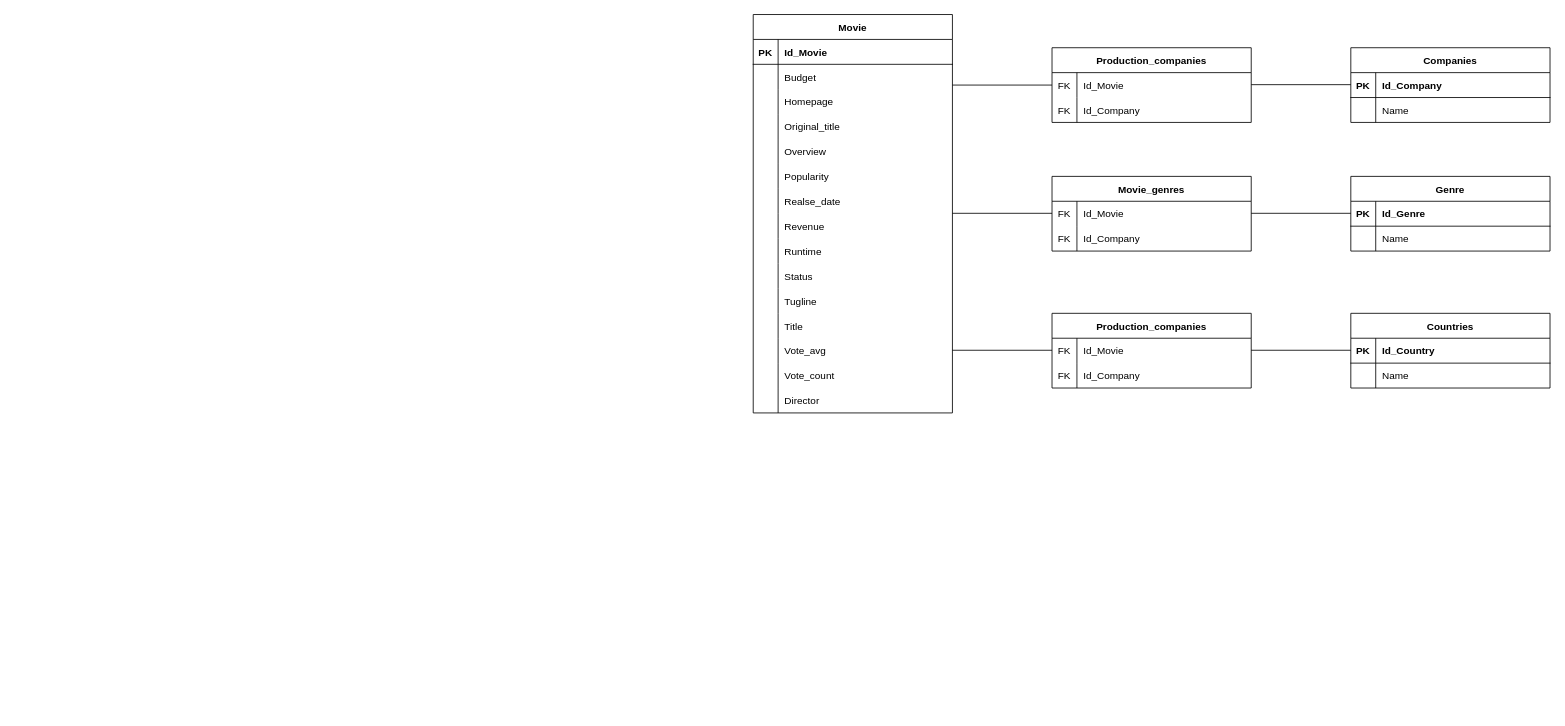
The draw.io diagram Modelo Logico.drawio in rubenjz/Base-de-Datos, before the edit. Source tidied: cells renumbered, new cells numbered last; positions are measured from the earlier drawing's top-left corner, leaving out a move shared by most shapes. Both pictures are drawn from the tidied source at 83%, with x=0, y=0 at pixel (753, 14).
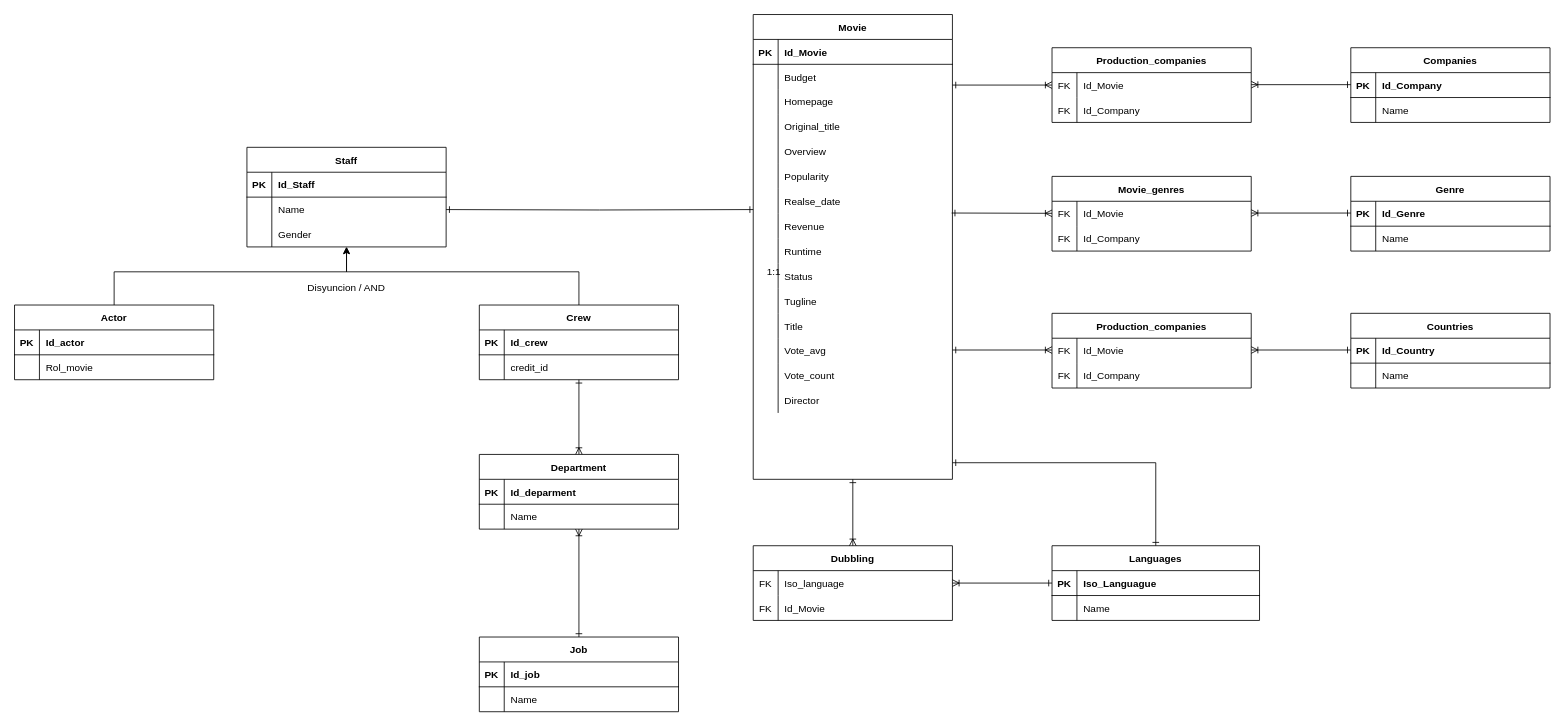
The same page after the edit.

The change refers to these unchanged cells:
```xml
<mxCell id="6" style="shape=partialRectangle;fillColor=none;points=[[0,0.5],[1,0.5]];portConstraint=eastwest;top=0;left=0;right=0;bottom=0;" parent="2" vertex="1">
  <mxGeometry y="60" width="240" height="30" as="geometry" />
</mxCell>
<mxCell id="24" style="shape=partialRectangle;fillColor=none;points=[[0,0.5],[1,0.5]];portConstraint=eastwest;top=0;left=0;right=0;bottom=0;" parent="2" vertex="1">
  <mxGeometry y="240" width="240" height="30" as="geometry" />
</mxCell>
<mxCell id="70" style="shape=partialRectangle;fillColor=none;points=[[0,0.5],[1,0.5]];portConstraint=eastwest;top=0;left=0;right=0;bottom=0;" parent="69" vertex="1">
  <mxGeometry y="30" width="240" height="30" as="geometry" />
</mxCell>
```

What changed in the source:
```diff
@@
     <mxCell id="2" value="Movie" style="shape=table;startSize=30;childLayout=tableLayout;rowLines=0;fontStyle=1;align=center;" parent="1" vertex="1">
-      <mxGeometry width="240" height="480" as="geometry" />
+      <mxGeometry width="240" height="560" as="geometry" />
     </mxCell>
@@
-    <mxCell id="76" style="endArrow=none;html=1;rounded=0;exitX=1;exitY=0.833;exitDx=0;exitDy=0;entryX=0;entryY=0.5;entryDx=0;entryDy=0;exitPerimeter=0;" parent="1" edge="1" source="6" target="70">
+    <mxCell id="76" style="endArrow=ERoneToMany;html=1;rounded=0;exitX=1;exitY=0.833;exitDx=0;exitDy=0;entryX=0;entryY=0.5;entryDx=0;entryDy=0;exitPerimeter=0;startArrow=ERone;startFill=0;endFill=0;" parent="1" edge="1" source="6" target="70">
       <mxGeometry relative="1" as="geometry" />
     </mxCell>
-    <mxCell id="77" style="endArrow=none;html=1;rounded=0;exitX=1;exitY=0.833;exitDx=0;exitDy=0;entryX=0;entryY=0.5;entryDx=0;entryDy=0;exitPerimeter=0;" parent="1" edge="1">
+    <mxCell id="77" style="endArrow=ERone;html=1;rounded=0;exitX=1;exitY=0.833;exitDx=0;exitDy=0;entryX=0;entryY=0.5;entryDx=0;entryDy=0;exitPerimeter=0;startArrow=ERoneToMany;startFill=0;endFill=0;" parent="1" edge="1">
       <mxGeometry relative="1" as="geometry">
         <mxPoint x="600" y="84.5" as="sourcePoint" />
         <mxPoint x="720" y="84.5" as="targetPoint" />
       </mxGeometry>
     </mxCell>
-    <mxCell id="78" style="endArrow=none;html=1;rounded=0;exitX=1;exitY=0.833;exitDx=0;exitDy=0;entryX=0;entryY=0.5;entryDx=0;entryDy=0;exitPerimeter=0;" parent="1" edge="1">
-      <mxGeometry relative="1" as="geometry">
-        <mxPoint x="240" y="404.5" as="sourcePoint" />
-        <mxPoint x="360" y="404.5" as="targetPoint" />
-      </mxGeometry>
-    </mxCell>
-    <mxCell id="79" style="endArrow=none;html=1;rounded=0;exitX=1;exitY=0.833;exitDx=0;exitDy=0;entryX=0;entryY=0.5;entryDx=0;entryDy=0;exitPerimeter=0;" parent="1" edge="1">
-      <mxGeometry relative="1" as="geometry">
-        <mxPoint x="600" y="239.5" as="sourcePoint" />
-        <mxPoint x="720" y="239.5" as="targetPoint" />
-      </mxGeometry>
-    </mxCell>
-    <mxCell id="80" style="endArrow=none;html=1;rounded=0;exitX=1;exitY=0.833;exitDx=0;exitDy=0;entryX=0;entryY=0.5;entryDx=0;entryDy=0;exitPerimeter=0;" parent="1" edge="1">
-      <mxGeometry relative="1" as="geometry">
-        <mxPoint x="600" y="404.5" as="sourcePoint" />
-        <mxPoint x="720" y="404.5" as="targetPoint" />
-      </mxGeometry>
-    </mxCell>
-    <mxCell id="81" style="endArrow=none;html=1;rounded=0;exitX=1;exitY=0.833;exitDx=0;exitDy=0;entryX=0;entryY=0.5;entryDx=0;entryDy=0;exitPerimeter=0;" parent="1" edge="1">
-      <mxGeometry relative="1" as="geometry">
-        <mxPoint x="240" y="239.5" as="sourcePoint" />
-        <mxPoint x="360" y="239.5" as="targetPoint" />
-      </mxGeometry>
-    </mxCell>
@@
+    <mxCell id="96" value="Dubbling" style="shape=table;startSize=30;childLayout=tableLayout;rowLines=0;fontStyle=1;align=center;" parent="1" vertex="1">
+      <mxGeometry y="640" width="240" height="90" as="geometry" />
+    </mxCell>
+    <mxCell id="97" style="shape=partialRectangle;fillColor=none;top=0;left=0;right=0;bottom=0;" parent="96" vertex="1">
+      <mxGeometry y="30" width="240" height="30" as="geometry" />
+    </mxCell>
+    <mxCell id="98" value="FK" style="shape=partialRectangle;overflow=hidden;fillColor=none;top=0;left=0;bottom=0;right=0;" parent="97" vertex="1">
+      <mxGeometry width="30" height="30" as="geometry" />
+    </mxCell>
+    <mxCell id="99" value="Iso_language" style="shape=partialRectangle;overflow=hidden;fillColor=none;top=0;left=0;bottom=0;right=0;align=left;spacingLeft=6;" parent="97" vertex="1">
+      <mxGeometry x="30" width="210" height="30" as="geometry" />
+    </mxCell>
+    <mxCell id="100" style="shape=partialRectangle;fillColor=none;top=0;left=0;right=0;bottom=0;" parent="96" vertex="1">
+      <mxGeometry y="60" width="240" height="30" as="geometry" />
+    </mxCell>
+    <mxCell id="101" value="FK" style="shape=partialRectangle;overflow=hidden;fillColor=none;top=0;left=0;bottom=0;right=0;" parent="100" vertex="1">
+      <mxGeometry width="30" height="30" as="geometry" />
+    </mxCell>
+    <mxCell id="102" value="Id_Movie" style="shape=partialRectangle;overflow=hidden;fillColor=none;top=0;left=0;bottom=0;right=0;align=left;spacingLeft=6;" parent="100" vertex="1">
+      <mxGeometry x="30" width="210" height="30" as="geometry" />
+    </mxCell>
+    <mxCell id="103" value="Languages" style="shape=table;startSize=30;childLayout=tableLayout;rowLines=0;fontStyle=1;align=center;" parent="1" vertex="1">
+      <mxGeometry x="360" y="640" width="250" height="90" as="geometry" />
+    </mxCell>
+    <mxCell id="104" style="shape=partialRectangle;fillColor=none;top=0;left=0;right=0;bottom=1;" parent="103" vertex="1">
+      <mxGeometry y="30" width="250" height="30" as="geometry" />
+    </mxCell>
+    <mxCell id="105" value="PK" style="shape=partialRectangle;overflow=hidden;fillColor=none;top=0;left=0;bottom=0;right=0;fontStyle=1;" parent="104" vertex="1">
+      <mxGeometry width="30" height="30" as="geometry" />
+    </mxCell>
+    <mxCell id="106" value="Iso_Languague" style="shape=partialRectangle;overflow=hidden;fillColor=none;top=0;left=0;bottom=0;right=0;align=left;spacingLeft=6;fontStyle=1;" parent="104" vertex="1">
+      <mxGeometry x="30" width="220" height="30" as="geometry" />
+    </mxCell>
+    <mxCell id="107" style="shape=partialRectangle;fillColor=none;top=0;left=0;right=0;bottom=0;" parent="103" vertex="1">
+      <mxGeometry y="60" width="250" height="30" as="geometry" />
+    </mxCell>
+    <mxCell id="108" style="shape=partialRectangle;overflow=hidden;fillColor=none;top=0;left=0;bottom=0;right=0;" parent="107" vertex="1">
+      <mxGeometry width="30" height="30" as="geometry" />
+    </mxCell>
+    <mxCell id="109" value="Name" style="shape=partialRectangle;overflow=hidden;fillColor=none;top=0;left=0;bottom=0;right=0;align=left;spacingLeft=6;" parent="107" vertex="1">
+      <mxGeometry x="30" width="220" height="30" as="geometry" />
+    </mxCell>
+    <mxCell id="110" style="endArrow=ERone;html=1;rounded=0;startArrow=ERone;startFill=0;endFill=0;" parent="1" edge="1" target="103">
+      <mxGeometry relative="1" as="geometry">
+        <mxPoint x="240" y="540" as="sourcePoint" />
+        <Array as="points">
+          <mxPoint x="485" y="540" />
+        </Array>
+      </mxGeometry>
+    </mxCell>
+    <mxCell id="111" style="endArrow=ERoneToMany;html=1;rounded=0;startArrow=ERone;startFill=0;endFill=0;" parent="1" edge="1" source="2" target="96">
+      <mxGeometry relative="1" as="geometry" />
+    </mxCell>
+    <mxCell id="112" style="endArrow=ERoneToMany;html=1;rounded=0;startArrow=ERone;startFill=0;endFill=0;" parent="1" edge="1" source="103" target="96">
+      <mxGeometry relative="1" as="geometry" />
+    </mxCell>
+    <mxCell id="113" style="endArrow=ERoneToMany;html=1;rounded=0;entryX=0;entryY=0.5;entryDx=0;entryDy=0;startArrow=ERone;startFill=0;endFill=0;exitX=0.996;exitY=-0.028;exitDx=0;exitDy=0;exitPerimeter=0;" parent="1" edge="1" source="24">
+      <mxGeometry relative="1" as="geometry">
+        <mxPoint x="360" y="239.5" as="targetPoint" />
+      </mxGeometry>
+    </mxCell>
+    <mxCell id="114" style="endArrow=ERoneToMany;html=1;rounded=0;exitX=1;exitY=0.833;exitDx=0;exitDy=0;entryX=0;entryY=0.5;entryDx=0;entryDy=0;exitPerimeter=0;startArrow=ERone;startFill=0;endFill=0;" parent="1" edge="1">
+      <mxGeometry relative="1" as="geometry">
+        <mxPoint x="240" y="404.2" as="sourcePoint" />
+        <mxPoint x="360" y="404.2" as="targetPoint" />
+      </mxGeometry>
+    </mxCell>
+    <mxCell id="115" style="endArrow=ERone;html=1;rounded=0;exitX=1;exitY=0.833;exitDx=0;exitDy=0;entryX=0;entryY=0.5;entryDx=0;entryDy=0;exitPerimeter=0;startArrow=ERoneToMany;startFill=0;endFill=0;" parent="1" edge="1">
+      <mxGeometry relative="1" as="geometry">
+        <mxPoint x="600" y="239.2" as="sourcePoint" />
+        <mxPoint x="720" y="239.2" as="targetPoint" />
+      </mxGeometry>
+    </mxCell>
+    <mxCell id="116" style="endArrow=ERone;html=1;rounded=0;exitX=1;exitY=0.833;exitDx=0;exitDy=0;entryX=0;entryY=0.5;entryDx=0;entryDy=0;exitPerimeter=0;startArrow=ERoneToMany;startFill=0;endFill=0;" parent="1" edge="1">
+      <mxGeometry relative="1" as="geometry">
+        <mxPoint x="600" y="404.2" as="sourcePoint" />
+        <mxPoint x="720" y="404.2" as="targetPoint" />
+      </mxGeometry>
+    </mxCell>
+    <mxCell id="117" value="Staff" style="shape=table;startSize=30;childLayout=tableLayout;rowLines=0;fontStyle=1;align=center;" parent="1" vertex="1">
+      <mxGeometry x="-610" y="160" width="240" height="120" as="geometry" />
+    </mxCell>
+    <mxCell id="118" style="shape=partialRectangle;fillColor=none;top=0;left=0;right=0;bottom=1;" parent="117" vertex="1">
+      <mxGeometry y="30" width="240" height="30" as="geometry" />
+    </mxCell>
+    <mxCell id="119" value="PK" style="shape=partialRectangle;overflow=hidden;fillColor=none;top=0;left=0;bottom=0;right=0;fontStyle=1;" parent="118" vertex="1">
+      <mxGeometry width="30" height="30" as="geometry" />
+    </mxCell>
+    <mxCell id="120" value="Id_Staff" style="shape=partialRectangle;overflow=hidden;fillColor=none;top=0;left=0;bottom=0;right=0;align=left;spacingLeft=6;fontStyle=1;" parent="118" vertex="1">
+      <mxGeometry x="30" width="210" height="30" as="geometry" />
+    </mxCell>
+    <mxCell id="121" style="shape=partialRectangle;fillColor=none;points=[[0,0.5],[1,0.5]];portConstraint=eastwest;top=0;left=0;right=0;bottom=0;" parent="117" vertex="1">
+      <mxGeometry y="60" width="240" height="30" as="geometry" />
+    </mxCell>
+    <mxCell id="122" style="shape=partialRectangle;overflow=hidden;fillColor=none;top=0;left=0;bottom=0;right=0;" parent="121" vertex="1">
+      <mxGeometry width="30" height="30" as="geometry" />
+    </mxCell>
+    <mxCell id="123" value="Name" style="shape=partialRectangle;overflow=hidden;fillColor=none;top=0;left=0;bottom=0;right=0;align=left;spacingLeft=6;" parent="121" vertex="1">
+      <mxGeometry x="30" width="210" height="30" as="geometry" />
+    </mxCell>
+    <mxCell id="124" style="shape=partialRectangle;fillColor=none;top=0;left=0;right=0;bottom=0;" parent="117" vertex="1">
+      <mxGeometry y="90" width="240" height="30" as="geometry" />
+    </mxCell>
+    <mxCell id="125" style="shape=partialRectangle;overflow=hidden;fillColor=none;top=0;left=0;bottom=0;right=0;" parent="124" vertex="1">
+      <mxGeometry width="30" height="30" as="geometry" />
+    </mxCell>
+    <mxCell id="126" value="Gender" style="shape=partialRectangle;overflow=hidden;fillColor=none;top=0;left=0;bottom=0;right=0;align=left;spacingLeft=6;" parent="124" vertex="1">
+      <mxGeometry x="30" width="210" height="30" as="geometry" />
+    </mxCell>
+    <mxCell id="127" style="edgeStyle=orthogonalEdgeStyle;rounded=0;jettySize=auto;html=1;endArrow=ERone;endFill=0;startArrow=ERone;startFill=0;" parent="1" edge="1" target="121">
+      <mxGeometry relative="1" as="geometry">
+        <mxPoint y="235" as="sourcePoint" />
+      </mxGeometry>
+    </mxCell>
+    <mxCell id="128" value="Actor" style="shape=table;startSize=30;childLayout=tableLayout;rowLines=0;fontStyle=1;align=center;" parent="1" vertex="1">
+      <mxGeometry x="-890" y="350" width="240" height="90" as="geometry" />
+    </mxCell>
+    <mxCell id="129" style="shape=partialRectangle;fillColor=none;top=0;left=0;right=0;bottom=1;" parent="128" vertex="1">
+      <mxGeometry y="30" width="240" height="30" as="geometry" />
+    </mxCell>
+    <mxCell id="130" value="PK" style="shape=partialRectangle;overflow=hidden;fillColor=none;top=0;left=0;bottom=0;right=0;fontStyle=1;" parent="129" vertex="1">
+      <mxGeometry width="30" height="30" as="geometry" />
+    </mxCell>
+    <mxCell id="131" value="Id_actor" style="shape=partialRectangle;overflow=hidden;fillColor=none;top=0;left=0;bottom=0;right=0;align=left;spacingLeft=6;fontStyle=1;" parent="129" vertex="1">
+      <mxGeometry x="30" width="210" height="30" as="geometry" />
+    </mxCell>
+    <mxCell id="132" style="shape=partialRectangle;fillColor=none;top=0;left=0;right=0;bottom=0;" parent="128" vertex="1">
+      <mxGeometry y="60" width="240" height="30" as="geometry" />
+    </mxCell>
+    <mxCell id="133" style="shape=partialRectangle;overflow=hidden;fillColor=none;top=0;left=0;bottom=0;right=0;" parent="132" vertex="1">
+      <mxGeometry width="30" height="30" as="geometry" />
+    </mxCell>
+    <mxCell id="134" value="Rol_movie" style="shape=partialRectangle;overflow=hidden;fillColor=none;top=0;left=0;bottom=0;right=0;align=left;spacingLeft=6;" parent="132" vertex="1">
+      <mxGeometry x="30" width="210" height="30" as="geometry" />
+    </mxCell>
+    <mxCell id="135" style="edgeStyle=orthogonalEdgeStyle;rounded=0;jettySize=auto;html=1;" parent="1" edge="1" source="137" target="117">
+      <mxGeometry relative="1" as="geometry">
+        <Array as="points">
+          <mxPoint x="-210" y="310" />
+          <mxPoint x="-490" y="310" />
+        </Array>
+      </mxGeometry>
+    </mxCell>
+    <mxCell id="136" style="edgeStyle=orthogonalEdgeStyle;rounded=0;jettySize=auto;html=1;startArrow=ERone;startFill=0;endArrow=ERoneToMany;endFill=0;" parent="1" edge="1" source="137" target="146">
+      <mxGeometry relative="1" as="geometry" />
+    </mxCell>
+    <mxCell id="137" value="Crew" style="shape=table;startSize=30;childLayout=tableLayout;rowLines=0;fontStyle=1;align=center;" parent="1" vertex="1">
+      <mxGeometry x="-330" y="350" width="240" height="90" as="geometry" />
+    </mxCell>
+    <mxCell id="138" style="shape=partialRectangle;fillColor=none;top=0;left=0;right=0;bottom=1;" parent="137" vertex="1">
+      <mxGeometry y="30" width="240" height="30" as="geometry" />
+    </mxCell>
+    <mxCell id="139" value="PK" style="shape=partialRectangle;overflow=hidden;fillColor=none;top=0;left=0;bottom=0;right=0;fontStyle=1;" parent="138" vertex="1">
+      <mxGeometry width="30" height="30" as="geometry" />
+    </mxCell>
+    <mxCell id="140" value="Id_crew" style="shape=partialRectangle;overflow=hidden;fillColor=none;top=0;left=0;bottom=0;right=0;align=left;spacingLeft=6;fontStyle=1;" parent="138" vertex="1">
+      <mxGeometry x="30" width="210" height="30" as="geometry" />
+    </mxCell>
+    <mxCell id="141" style="shape=partialRectangle;fillColor=none;top=0;left=0;right=0;bottom=0;" parent="137" vertex="1">
+      <mxGeometry y="60" width="240" height="30" as="geometry" />
+    </mxCell>
+    <mxCell id="142" style="shape=partialRectangle;overflow=hidden;fillColor=none;top=0;left=0;bottom=0;right=0;" parent="141" vertex="1">
+      <mxGeometry width="30" height="30" as="geometry" />
+    </mxCell>
+    <mxCell id="143" value="credit_id" style="shape=partialRectangle;overflow=hidden;fillColor=none;top=0;left=0;bottom=0;right=0;align=left;spacingLeft=6;" parent="141" vertex="1">
+      <mxGeometry x="30" width="210" height="30" as="geometry" />
+    </mxCell>
+    <mxCell id="144" style="edgeStyle=orthogonalEdgeStyle;rounded=0;jettySize=auto;html=1;entryX=0.5;entryY=1;entryDx=0;entryDy=0;exitX=0.5;exitY=0;exitDx=0;exitDy=0;" parent="1" edge="1" target="117">
+      <mxGeometry relative="1" as="geometry">
+        <mxPoint x="-770" y="350" as="sourcePoint" />
+        <Array as="points">
+          <mxPoint x="-770" y="310" />
+          <mxPoint x="-490" y="310" />
+        </Array>
+      </mxGeometry>
+    </mxCell>
+    <mxCell id="145" style="edgeStyle=orthogonalEdgeStyle;rounded=0;jettySize=auto;html=1;startArrow=ERoneToMany;startFill=0;endArrow=ERone;endFill=0;" parent="1" edge="1" source="146" target="153">
+      <mxGeometry relative="1" as="geometry" />
+    </mxCell>
+    <mxCell id="146" value="Department" style="shape=table;startSize=30;childLayout=tableLayout;rowLines=0;fontStyle=1;align=center;" parent="1" vertex="1">
+      <mxGeometry x="-330" y="530" width="240" height="90" as="geometry" />
+    </mxCell>
+    <mxCell id="147" style="shape=partialRectangle;fillColor=none;top=0;left=0;right=0;bottom=1;" parent="146" vertex="1">
+      <mxGeometry y="30" width="240" height="30" as="geometry" />
+    </mxCell>
+    <mxCell id="148" value="PK" style="shape=partialRectangle;overflow=hidden;fillColor=none;top=0;left=0;bottom=0;right=0;fontStyle=1;" parent="147" vertex="1">
+      <mxGeometry width="30" height="30" as="geometry" />
+    </mxCell>
+    <mxCell id="149" value="Id_deparment" style="shape=partialRectangle;overflow=hidden;fillColor=none;top=0;left=0;bottom=0;right=0;align=left;spacingLeft=6;fontStyle=1;" parent="147" vertex="1">
+      <mxGeometry x="30" width="210" height="30" as="geometry" />
+    </mxCell>
+    <mxCell id="150" style="shape=partialRectangle;fillColor=none;top=0;left=0;right=0;bottom=0;" parent="146" vertex="1">
+      <mxGeometry y="60" width="240" height="30" as="geometry" />
+    </mxCell>
+    <mxCell id="151" style="shape=partialRectangle;overflow=hidden;fillColor=none;top=0;left=0;bottom=0;right=0;" parent="150" vertex="1">
+      <mxGeometry width="30" height="30" as="geometry" />
+    </mxCell>
+    <mxCell id="152" value="Name" style="shape=partialRectangle;overflow=hidden;fillColor=none;top=0;left=0;bottom=0;right=0;align=left;spacingLeft=6;" parent="150" vertex="1">
+      <mxGeometry x="30" width="210" height="30" as="geometry" />
+    </mxCell>
+    <mxCell id="153" value="Job" style="shape=table;startSize=30;childLayout=tableLayout;rowLines=0;fontStyle=1;align=center;" parent="1" vertex="1">
+      <mxGeometry x="-330" y="750" width="240" height="90" as="geometry" />
+    </mxCell>
+    <mxCell id="154" style="shape=partialRectangle;fillColor=none;top=0;left=0;right=0;bottom=1;" parent="153" vertex="1">
+      <mxGeometry y="30" width="240" height="30" as="geometry" />
+    </mxCell>
+    <mxCell id="155" value="PK" style="shape=partialRectangle;overflow=hidden;fillColor=none;top=0;left=0;bottom=0;right=0;fontStyle=1;" parent="154" vertex="1">
+      <mxGeometry width="30" height="30" as="geometry" />
+    </mxCell>
+    <mxCell id="156" value="Id_job" style="shape=partialRectangle;overflow=hidden;fillColor=none;top=0;left=0;bottom=0;right=0;align=left;spacingLeft=6;fontStyle=1;" parent="154" vertex="1">
+      <mxGeometry x="30" width="210" height="30" as="geometry" />
+    </mxCell>
+    <mxCell id="157" style="shape=partialRectangle;fillColor=none;top=0;left=0;right=0;bottom=0;" parent="153" vertex="1">
+      <mxGeometry y="60" width="240" height="30" as="geometry" />
+    </mxCell>
+    <mxCell id="158" style="shape=partialRectangle;overflow=hidden;fillColor=none;top=0;left=0;bottom=0;right=0;" parent="157" vertex="1">
+      <mxGeometry width="30" height="30" as="geometry" />
+    </mxCell>
+    <mxCell id="159" value="Name" style="shape=partialRectangle;overflow=hidden;fillColor=none;top=0;left=0;bottom=0;right=0;align=left;spacingLeft=6;" parent="157" vertex="1">
+      <mxGeometry x="30" width="210" height="30" as="geometry" />
+    </mxCell>
+    <mxCell id="160" value="1:1" style="text;strokeColor=none;align=center;fillColor=none;html=1;verticalAlign=middle;whiteSpace=wrap;rounded=0;" parent="1" vertex="1">
+      <mxGeometry x="5" y="300" width="40" height="20" as="geometry" />
+    </mxCell>
+    <mxCell id="161" value="Disyuncion / AND" style="text;strokeColor=none;align=center;fillColor=none;html=1;verticalAlign=middle;whiteSpace=wrap;rounded=0;" parent="1" vertex="1">
+      <mxGeometry x="-570" y="320" width="160" height="20" as="geometry" />
+    </mxCell>
```
